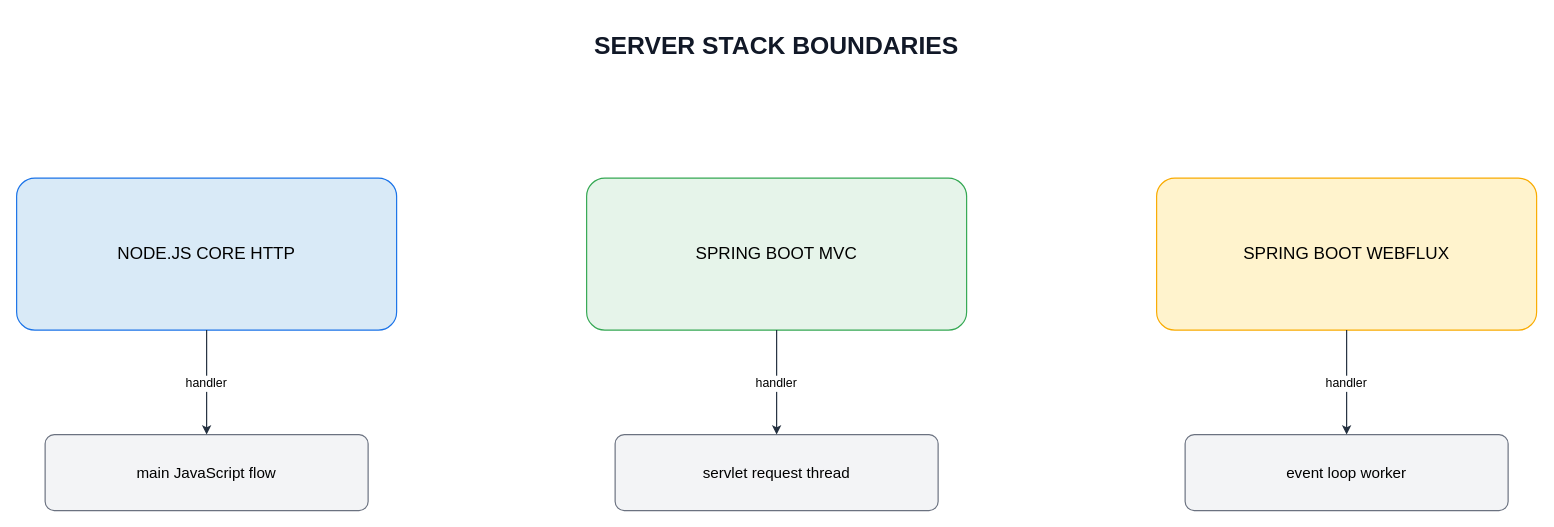
This is assets/img/server/nodejs-spring-server-stacks.drawio from KKamJi98/kkamji98.github.io, a draw.io file, before an edit. Source tidied: cells renumbered, new cells numbered last; positions are measured from the earlier drawing's top-left corner, leaving out a move shared by most shapes. Both pictures are drawn from the tidied source at 95%, with x=0, y=0 at pixel (16, 16).
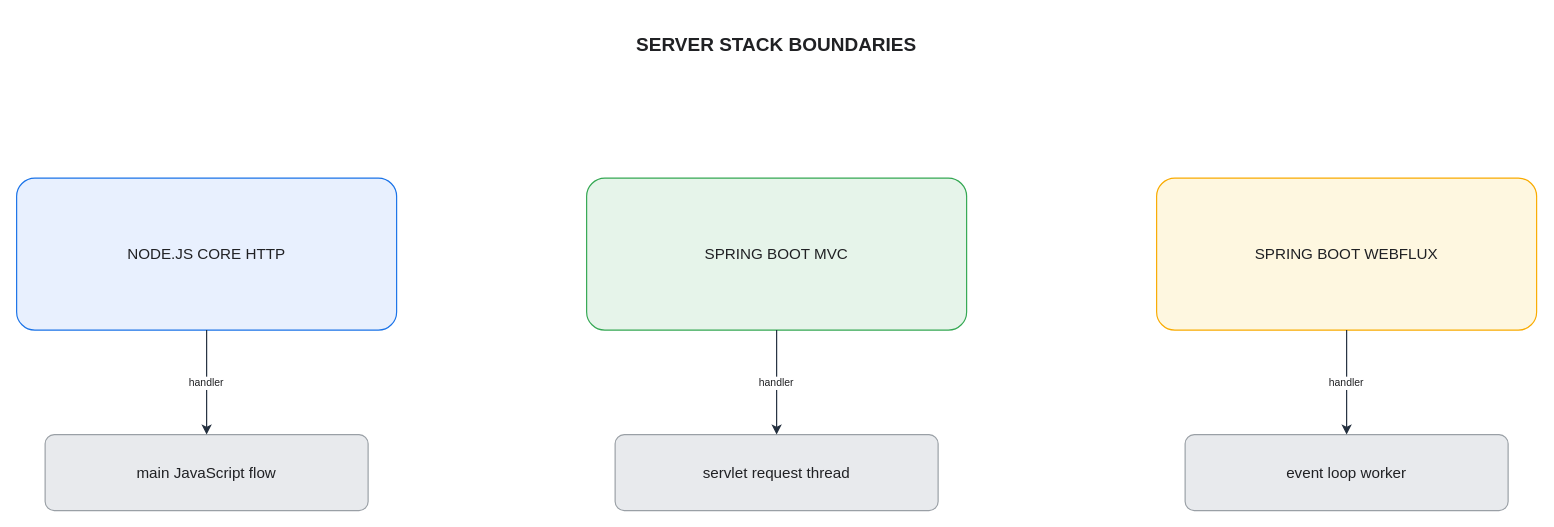
Above is the later version.

What changed in the source:
```diff
@@
-<mxGraphModel>
+<mxGraphModel background="#FFFFFF">
   <root>
     <mxCell id="0" />
     <mxCell id="1" parent="0" />
-    <mxCell id="2" value="SERVER STACK BOUNDARIES" style="fillColor=none;strokeColor=none;fontColor=#111827;fontSize=26;fontStyle=1;align=center;verticalAlign=middle;" parent="1" vertex="1">
+    <mxCell id="2" value="SERVER STACK BOUNDARIES" style="fillColor=none;strokeColor=none;fontColor=#202124;fontSize=20;fontStyle=1;align=center;verticalAlign=middle;html=0;" parent="1" vertex="1">
       <mxGeometry x="460" width="680" height="55" as="geometry" />
     </mxCell>
-    <mxCell id="3" value="NODE.JS CORE HTTP" style="rounded=1;arcSize=12;whiteSpace=wrap;html=0;fillColor=#D9EAF7;strokeColor=#1A73E8;strokeWidth=1.25;fontColor=#000000;fontSize=18;align=center;verticalAlign=middle;" parent="1" vertex="1">
+    <mxCell id="3" value="NODE.JS CORE HTTP" style="rounded=1;arcSize=12;whiteSpace=wrap;html=0;fillColor=#E8F0FE;strokeColor=#1A73E8;strokeWidth=1.25;fontColor=#202124;fontSize=16;align=center;verticalAlign=middle;" parent="1" vertex="1">
       <mxGeometry y="170" width="400" height="160" as="geometry" />
     </mxCell>
-    <mxCell id="4" value="SPRING BOOT MVC" style="rounded=1;arcSize=12;whiteSpace=wrap;html=0;fillColor=#E6F4EA;strokeColor=#34A853;strokeWidth=1.25;fontColor=#000000;fontSize=18;align=center;verticalAlign=middle;" parent="1" vertex="1">
+    <mxCell id="4" value="SPRING BOOT MVC" style="rounded=1;arcSize=12;whiteSpace=wrap;html=0;fillColor=#E6F4EA;strokeColor=#34A853;strokeWidth=1.25;fontColor=#202124;fontSize=16;align=center;verticalAlign=middle;" parent="1" vertex="1">
       <mxGeometry x="600" y="170" width="400" height="160" as="geometry" />
     </mxCell>
-    <mxCell id="5" value="SPRING BOOT WEBFLUX" style="rounded=1;arcSize=12;whiteSpace=wrap;html=0;fillColor=#FFF3CD;strokeColor=#F9AB00;strokeWidth=1.25;fontColor=#000000;fontSize=18;align=center;verticalAlign=middle;" parent="1" vertex="1">
+    <mxCell id="5" value="SPRING BOOT WEBFLUX" style="rounded=1;arcSize=12;whiteSpace=wrap;html=0;fillColor=#FEF7E0;strokeColor=#F9AB00;strokeWidth=1.25;fontColor=#202124;fontSize=16;align=center;verticalAlign=middle;" parent="1" vertex="1">
       <mxGeometry x="1200" y="170" width="400" height="160" as="geometry" />
     </mxCell>
-    <mxCell id="6" value="main JavaScript flow" style="rounded=1;arcSize=12;whiteSpace=wrap;html=0;fillColor=#F3F4F6;strokeColor=#6B7280;strokeWidth=1.25;fontColor=#000000;fontSize=16;align=center;verticalAlign=middle;" parent="1" vertex="1">
+    <mxCell id="6" value="main JavaScript flow" style="rounded=1;arcSize=12;whiteSpace=wrap;html=0;fillColor=#E8EAED;strokeColor=#9AA0A6;strokeWidth=1.25;fontColor=#202124;fontSize=16;align=center;verticalAlign=middle;" parent="1" vertex="1">
       <mxGeometry x="30" y="440" width="340" height="80" as="geometry" />
     </mxCell>
-    <mxCell id="7" value="servlet request thread" style="rounded=1;arcSize=12;whiteSpace=wrap;html=0;fillColor=#F3F4F6;strokeColor=#6B7280;strokeWidth=1.25;fontColor=#000000;fontSize=16;align=center;verticalAlign=middle;" parent="1" vertex="1">
+    <mxCell id="7" value="servlet request thread" style="rounded=1;arcSize=12;whiteSpace=wrap;html=0;fillColor=#E8EAED;strokeColor=#9AA0A6;strokeWidth=1.25;fontColor=#202124;fontSize=16;align=center;verticalAlign=middle;" parent="1" vertex="1">
       <mxGeometry x="630" y="440" width="340" height="80" as="geometry" />
     </mxCell>
-    <mxCell id="8" value="event loop worker" style="rounded=1;arcSize=12;whiteSpace=wrap;html=0;fillColor=#F3F4F6;strokeColor=#6B7280;strokeWidth=1.25;fontColor=#000000;fontSize=16;align=center;verticalAlign=middle;" parent="1" vertex="1">
+    <mxCell id="8" value="event loop worker" style="rounded=1;arcSize=12;whiteSpace=wrap;html=0;fillColor=#E8EAED;strokeColor=#9AA0A6;strokeWidth=1.25;fontColor=#202124;fontSize=16;align=center;verticalAlign=middle;" parent="1" vertex="1">
       <mxGeometry x="1230" y="440" width="340" height="80" as="geometry" />
     </mxCell>
-    <mxCell id="9" value="handler" style="edgeStyle=orthogonalEdgeStyle;rounded=0;html=0;strokeColor=#232F3E;strokeWidth=1.25;fontColor=#000000;fontSize=13;labelBackgroundColor=#FFFFFF;exitX=0.5;exitY=1;entryX=0.5;entryY=0;" parent="1" edge="1" source="3" target="6">
+    <mxCell id="9" value="handler" style="edgeStyle=orthogonalEdgeStyle;rounded=0;html=0;strokeColor=#232F3E;strokeWidth=1.25;fontColor=#202124;fontSize=11;labelBackgroundColor=#FFFFFF;exitX=0.5;exitY=1;entryX=0.5;entryY=0;endSize=7;" parent="1" edge="1" source="3" target="6">
       <mxGeometry relative="1" as="geometry" />
     </mxCell>
-    <mxCell id="10" value="handler" style="edgeStyle=orthogonalEdgeStyle;rounded=0;html=0;strokeColor=#232F3E;strokeWidth=1.25;fontColor=#000000;fontSize=13;labelBackgroundColor=#FFFFFF;exitX=0.5;exitY=1;entryX=0.5;entryY=0;" parent="1" edge="1" source="4" target="7">
+    <mxCell id="10" value="handler" style="edgeStyle=orthogonalEdgeStyle;rounded=0;html=0;strokeColor=#232F3E;strokeWidth=1.25;fontColor=#202124;fontSize=11;labelBackgroundColor=#FFFFFF;exitX=0.5;exitY=1;entryX=0.5;entryY=0;endSize=7;" parent="1" edge="1" source="4" target="7">
       <mxGeometry relative="1" as="geometry" />
     </mxCell>
-    <mxCell id="11" value="handler" style="edgeStyle=orthogonalEdgeStyle;rounded=0;html=0;strokeColor=#232F3E;strokeWidth=1.25;fontColor=#000000;fontSize=13;labelBackgroundColor=#FFFFFF;exitX=0.5;exitY=1;entryX=0.5;entryY=0;" parent="1" edge="1" source="5" target="8">
+    <mxCell id="11" value="handler" style="edgeStyle=orthogonalEdgeStyle;rounded=0;html=0;strokeColor=#232F3E;strokeWidth=1.25;fontColor=#202124;fontSize=11;labelBackgroundColor=#FFFFFF;exitX=0.5;exitY=1;entryX=0.5;entryY=0;endSize=7;" parent="1" edge="1" source="5" target="8">
       <mxGeometry relative="1" as="geometry" />
     </mxCell>
   </root>
 </mxGraphModel>
```
